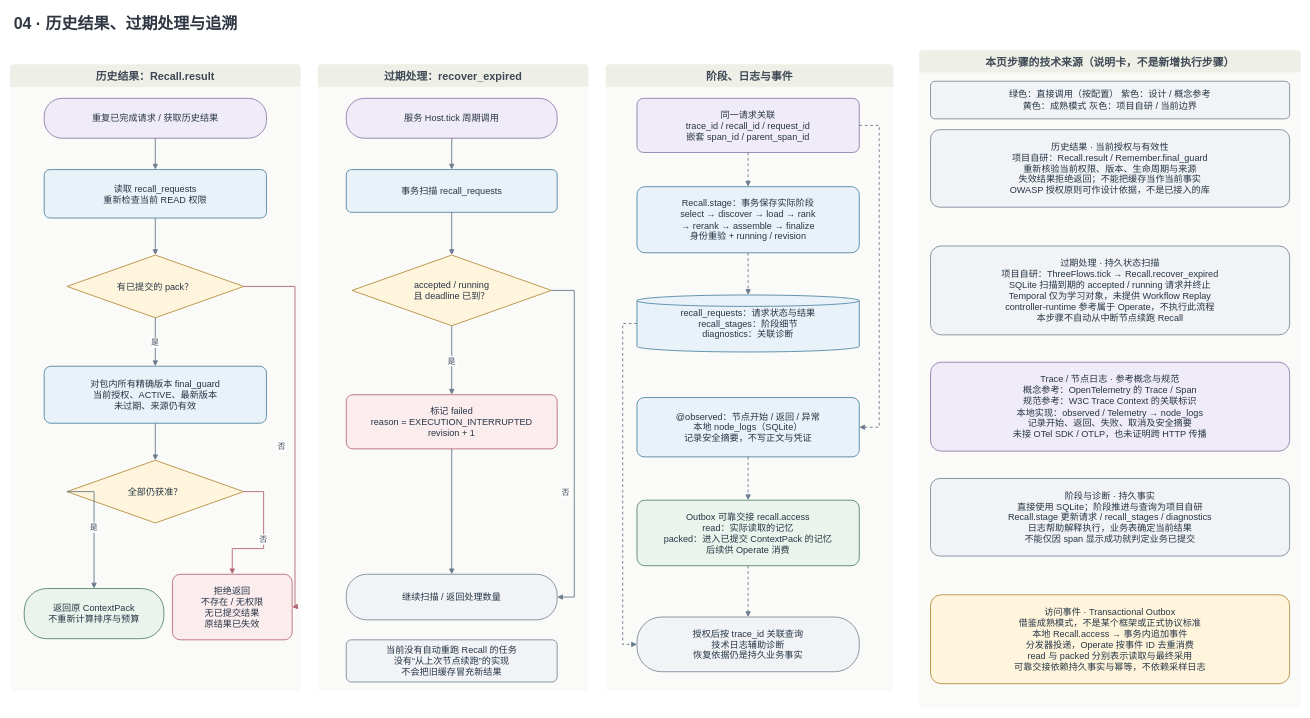
The draw.io diagram page "历史 · 04 · 历史结果、过期处理与追溯" (4 of 4) of 交付成果/架构设计/Recall处理流程/Recall_当前处理流程.drawio in csdnk/Ather-AIAgent, before the edit. Source tidied: cells renumbered, new cells numbered last; positions are measured from the earlier drawing's top-left corner, leaving out a move shared by most shapes. Both pictures are drawn from the tidied source at 57%, with x=0, y=0 at pixel (10, 10).
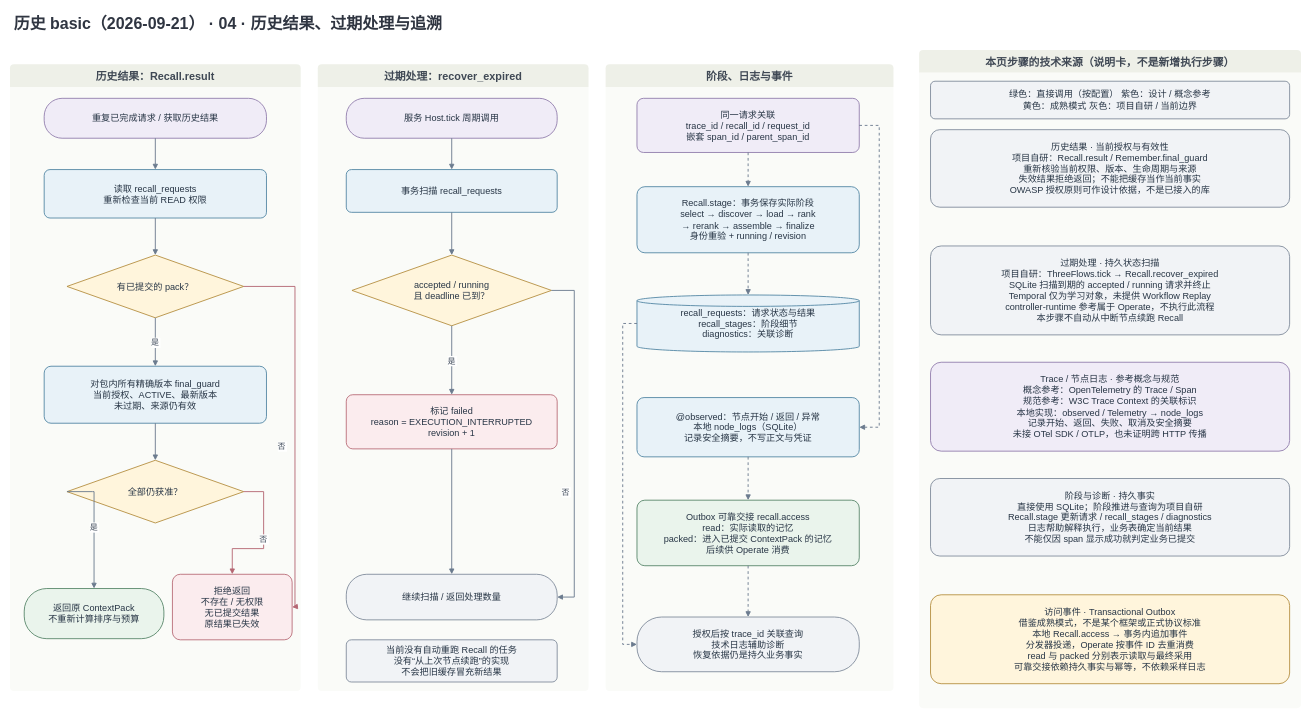
Above is the later version.

Diff of the diagram source:
```diff
@@
-    <mxCell id="2" value="04 · 历史结果、过期处理与追溯" style="text;html=0;fontFamily=Microsoft YaHei;fontSize=28;fontStyle=1;align=left;fontColor=#2F3541;strokeColor=none;fillColor=none;" parent="1" vertex="1">
+    <mxCell id="2" value="历史 basic（2026-09-21） · 04 · 历史结果、过期处理与追溯" style="text;html=0;fontFamily=Microsoft YaHei;fontSize=28;fontStyle=1;align=left;fontColor=#2F3541;strokeColor=none;fillColor=none;" parent="1" vertex="1">
       <mxGeometry x="5" width="2260" height="48" as="geometry" />
     </mxCell>
```
